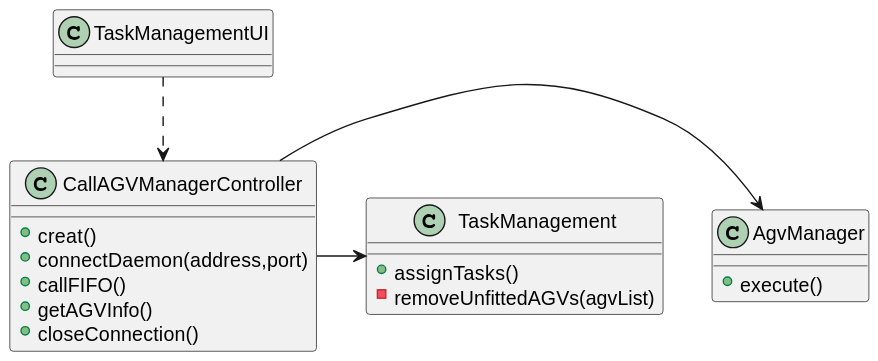
Above: docs/1201239/US4002/CD_4002.svg in 0franciscor/lei21_22_s4_2de_01 (PlantUML), before the change.
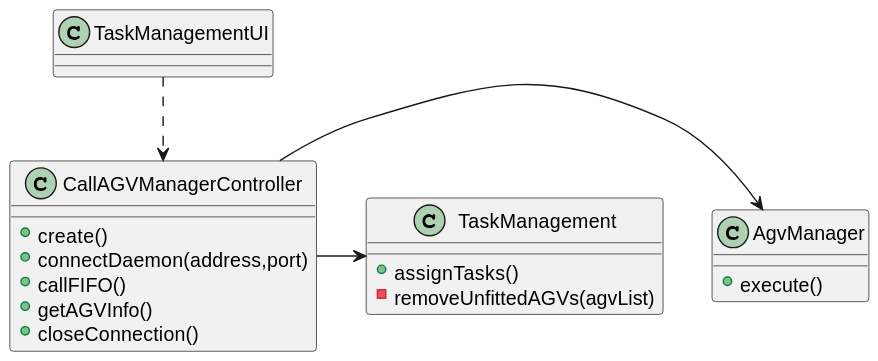
The same file after the commit.

Diff of the diagram source:
```diff
@@ -3,7 +3,7 @@
 class TaskManagementUI {}
 
 class CallAGVManagerController {
-+creat()
++create()
 +connectDaemon(address,port)
 +callFIFO()
 +getAGVInfo()
```
